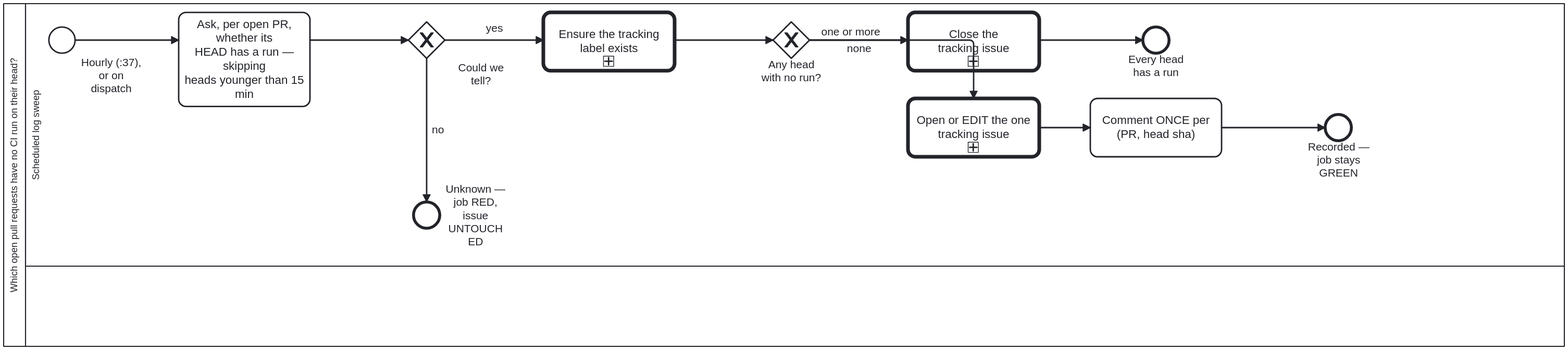
Above: docs/assets/img/workflows/pr-checks-present.svg in litlfred/cat-harness (BPMN), before the change. Its source is kept beside it as processes/sdlc/pr-checks-present.bpmn. Ids are renumbered. Its diagram source:
```xml
<bpmn:definitions xmlns:xsi="http://www.w3.org/2001/XMLSchema-instance" xmlns:bpmn="http://www.omg.org/spec/BPMN/20100524/MODEL"
                  xmlns:bpmndi="http://www.omg.org/spec/BPMN/20100524/DI"
                  xmlns:dc="http://www.omg.org/spec/DD/20100524/DC"
                  xmlns:di="http://www.omg.org/spec/DD/20100524/DI"
                  xmlns:bootstrap.processes="https://litlfred.github.io/bootstrap/v0/processes/ns#"
                  xmlns:cat-harness.processes="https://litlfred.github.io/cat-harness/v0/processes/ns#"
                  id="Definitions_Process_PrChecksPresent" targetNamespace="https://litlfred.github.io/folio-assistant/workflows"
                  exporter="folio-assistant" exporterVersion="1">
  <bpmn:import namespace="https://litlfred.github.io/bootstrap/v0/processes/ns#" location="https://litlfred.github.io/bootstrap/v0/processes/ns.jsonld" importType="http://www.w3.org/ns/json-ld"/>
  <bpmn:resource id="build-pipeline" name="Build pipeline"/>
  <bpmn:collaboration id="Collaboration_Process_PrChecksPresent">
    <bpmn:participant id="Participant_Process_PrChecksPresent" name="Which open pull requests have no CI run on their head?" processRef="Process_PrChecksPresent"/>
  </bpmn:collaboration>
  <bpmn:process id="Process_PrChecksPresent" name="Which open pull requests have no CI run on their head?" isExecutable="false">
    <bpmn:documentation>Find the open pull requests whose head has no CI run, past an age gate, and say so on one tracking issue and once per head on the pull request. A PULL REQUEST WITH ZERO CHECKS IS INVISIBLE PRECISELY BECAUSE NOBODY IS LOOKING. Bean `3pqn`. `check:head-has-run` answers this for one commit when somebody remembers to ask; this is the half that asks when nobody does, which is the only placement that addresses the defect rather than the symptom.

MEASURED 2026-09-20 over the six open pull requests here: TWO had no run of any kind on their head, both updated minutes earlier. A third of the open set, with nothing to merge on.

THE 15-MINUTE AGE GATE IS THE DIFFERENCE BETWEEN USEFUL AND IGNORED. A head pushed thirty seconds ago legitimately has no run yet, and a sweep that reports those is one nobody reads — this bean's own failure, reproduced by its fix. A younger head is NOT JUDGED rather than called clean, which is the third state again.

ONLY `unknown` FAILS THE JOB. A finding records itself and the workflow stays GREEN, the same inversion as `ci-health`: the repository speaks through the tracking issue, while a sweep that could not look turns red. And a sweep blind on one pull request has not cleared the others, so ONE unreadable answer makes the whole run unknown — never a partial clean.

TWO CHANNELS, ON THE OWNER'S INSTRUCTION, AND THEY BEHAVE DIFFERENTLY. The tracking issue is EDITED IN PLACE, never appended to. The per-PR comment is posted ONCE PER (PULL REQUEST, HEAD SHA), keyed by a marker in the body: hourly comments without that key would put twenty-four notifications a day on one unchanged pull request, which is how a warning gets muted.</bpmn:documentation>
    <bpmn:extensionElements>
      <!-- STRICT, and declared (bean `30hn`). The verdict gateway decides
           between three mutually exclusive paths and one of them exists to
           FAIL the job on could-not-determine. Advisory would permit reaching
           the clean path &#8212; which CLOSES the tracking issue &#8212;
           without the gateway that separates "every head has a run" from
           "nobody could look". -->
      <cat-harness.processes:policy enforcement="strict"/>
    </bpmn:extensionElements>
    <bpmn:laneSet id="LaneSet_Process_PrChecksPresent">
      <bpmn:lane id="Lane_Ci" name="Scheduled log sweep" partitionElementRef="build-pipeline">
        <bpmn:documentation>Three exit states, and the job's own colour tracks none of them the way a reader would expect: a finding is fully recorded — issue tracked, PR commented — and the job still ends GREEN, because the finding is the repository's problem to see in the tracking issue, not this lane's to fail on. Only UNKNOWN turns the job itself RED, and one unreadable PR is enough to fail the whole sweep — this lane never reports a partial clean.</bpmn:documentation>
        <bpmn:flowNodeRef>Start_Sweep</bpmn:flowNodeRef>
        <bpmn:flowNodeRef>Task_Sweep</bpmn:flowNodeRef>
        <bpmn:flowNodeRef>GW_Determined</bpmn:flowNodeRef>
        <bpmn:flowNodeRef>End_Unknown</bpmn:flowNodeRef>
        <bpmn:flowNodeRef>Task_Label</bpmn:flowNodeRef>
        <bpmn:flowNodeRef>GW_Finding</bpmn:flowNodeRef>
        <bpmn:flowNodeRef>Task_Close</bpmn:flowNodeRef>
        <bpmn:flowNodeRef>End_Clean</bpmn:flowNodeRef>
        <bpmn:flowNodeRef>Task_Track</bpmn:flowNodeRef>
        <bpmn:flowNodeRef>Task_Comment</bpmn:flowNodeRef>
        <bpmn:flowNodeRef>End_Recorded</bpmn:flowNodeRef>
      </bpmn:lane>
    </bpmn:laneSet>
    <bpmn:startEvent id="Start_Sweep" name="Hourly (:37),&#10;or on dispatch">
      <bpmn:outgoing>Flow_0</bpmn:outgoing>
    </bpmn:startEvent>
    <bpmn:task id="Task_Sweep" name="Ask, per open PR, whether its&#10;HEAD has a run — skipping&#10;heads younger than 15 min">
      <bpmn:documentation>Run check:prs-have-runs --min-age-minutes 15, writing the report file first. A head younger than 15 minutes legitimately has no run yet and is skipped. Exit 0 clean, 1 findings, 2 could not determine; an exit 1 with no report file is a crash and is treated as could-not-determine.</bpmn:documentation>
      <bpmn:extensionElements>
        <bootstrap.processes:skill ref="ci-health"/>
      </bpmn:extensionElements>
      <bpmn:incoming>Flow_0</bpmn:incoming>
      <bpmn:outgoing>Flow_1</bpmn:outgoing>
    </bpmn:task>
    <bpmn:exclusiveGateway id="GW_Determined" name="Could we&#10;tell?">
      <bpmn:documentation>Asked of the `verdict` output of the `Sweep` step in .github/workflows/pr-checks-present.yml, which runs `check:prs-have-runs --min-age-minutes 15`. Exit 0 is clean, 1 findings, 2 could not determine; an exit 1 with no report file is a crash and is reclassified as could-not-determine, as is any other code. `no` is verdict == 'unknown': 'Refuse to report success on an unchecked repository' runs `exit 1` and the tracking issue is left untouched. `yes` is verdict != 'unknown', the guard on ensuring the `pr-no-checks` label.</bpmn:documentation>
      <bpmn:incoming>Flow_1</bpmn:incoming>
      <bpmn:outgoing>Flow_2</bpmn:outgoing>
      <bpmn:outgoing>Flow_3</bpmn:outgoing>
    </bpmn:exclusiveGateway>
    <bpmn:endEvent id="End_Unknown" name="Unknown — job RED,&#10;issue UNTOUCHED">
      <bpmn:incoming>Flow_2</bpmn:incoming>
    </bpmn:endEvent>
    <bpmn:callActivity id="Task_Label" name="Ensure the tracking&#10;label exists" calledElement="GT_EnsureTrackingLabel">
      <bpmn:incoming>Flow_3</bpmn:incoming>
      <bpmn:outgoing>Flow_4</bpmn:outgoing>
      <bpmn:ioSpecification id="Task_Label_label_IO">
        <bpmn:dataInput id="Task_Label_label" name="label"/>
        <bpmn:inputSet id="Task_Label_label_In"><bpmn:dataInputRefs>Task_Label_label</bpmn:dataInputRefs></bpmn:inputSet>
        <bpmn:outputSet id="Task_Label_label_Out"/>
      </bpmn:ioSpecification>
      <bpmn:dataInputAssociation id="Task_Label_label_Value">
        <bpmn:targetRef>Task_Label_label</bpmn:targetRef>
        <bpmn:assignment id="Task_Label_label_Assign">
          <bpmn:from xsi:type="bpmn:tFormalExpression">pr-no-checks</bpmn:from>
          <bpmn:to xsi:type="bpmn:tFormalExpression">Task_Label_label</bpmn:to>
        </bpmn:assignment>
      </bpmn:dataInputAssociation>
    </bpmn:callActivity>
    <bpmn:exclusiveGateway id="GW_Finding" name="Any head&#10;with no run?">
      <bpmn:documentation>Asked of the same `verdict`. `none` is verdict == 'clean': every open PR's head older than 15 minutes has a run, and the tracking issue is closed. `one or more` is verdict == 'findings': the one tracking issue is opened or edited in place, and the workflow also comments once on each affected pull request.</bpmn:documentation>
      <bpmn:incoming>Flow_4</bpmn:incoming>
      <bpmn:outgoing>Flow_5</bpmn:outgoing>
      <bpmn:outgoing>Flow_7</bpmn:outgoing>
    </bpmn:exclusiveGateway>
    <bpmn:callActivity id="Task_Close" name="Close the&#10;tracking issue" calledElement="GT_CloseTrackingIssue">
      <bpmn:documentation>Clean here means every open pull request's head now has a CI run.</bpmn:documentation>
      <bpmn:incoming>Flow_5</bpmn:incoming>
      <bpmn:outgoing>Flow_6</bpmn:outgoing>
      <bpmn:ioSpecification id="Task_Close_label_IO">
        <bpmn:dataInput id="Task_Close_label" name="label"/>
        <bpmn:inputSet id="Task_Close_label_In"><bpmn:dataInputRefs>Task_Close_label</bpmn:dataInputRefs></bpmn:inputSet>
        <bpmn:outputSet id="Task_Close_label_Out"/>
      </bpmn:ioSpecification>
      <bpmn:dataInputAssociation id="Task_Close_label_Value">
        <bpmn:targetRef>Task_Close_label</bpmn:targetRef>
        <bpmn:assignment id="Task_Close_label_Assign">
          <bpmn:from xsi:type="bpmn:tFormalExpression">pr-no-checks</bpmn:from>
          <bpmn:to xsi:type="bpmn:tFormalExpression">Task_Close_label</bpmn:to>
        </bpmn:assignment>
      </bpmn:dataInputAssociation>
    </bpmn:callActivity>
    <bpmn:endEvent id="End_Clean" name="Every head has a run">
      <bpmn:incoming>Flow_6</bpmn:incoming>
    </bpmn:endEvent>
    <bpmn:callActivity id="Task_Track" name="Open or EDIT the one&#10;tracking issue" calledElement="GT_TrackIssue">
      <bpmn:documentation>The body is the sweep's report.</bpmn:documentation>
      <bpmn:incoming>Flow_7</bpmn:incoming>
      <bpmn:outgoing>Flow_8</bpmn:outgoing>
      <bpmn:ioSpecification id="Task_Track_label_IO">
        <bpmn:dataInput id="Task_Track_label" name="label"/>
        <bpmn:inputSet id="Task_Track_label_In"><bpmn:dataInputRefs>Task_Track_label</bpmn:dataInputRefs></bpmn:inputSet>
        <bpmn:outputSet id="Task_Track_label_Out"/>
      </bpmn:ioSpecification>
      <bpmn:dataInputAssociation id="Task_Track_label_Value">
        <bpmn:targetRef>Task_Track_label</bpmn:targetRef>
        <bpmn:assignment id="Task_Track_label_Assign">
          <bpmn:from xsi:type="bpmn:tFormalExpression">pr-no-checks</bpmn:from>
          <bpmn:to xsi:type="bpmn:tFormalExpression">Task_Track_label</bpmn:to>
        </bpmn:assignment>
      </bpmn:dataInputAssociation>
    </bpmn:callActivity>
    <bpmn:task id="Task_Comment" name="Comment ONCE per&#10;(PR, head sha)">
      <bpmn:documentation>Comment on each affected open PR once per (PR, head sha): a hidden marker carrying the sha is checked first, so a re-run on the same head stays silent and a new push can be reported again. A PR that is no longer open is skipped.</bpmn:documentation>
      <bpmn:extensionElements>
        <bootstrap.processes:skill ref="issue-working"/>
      </bpmn:extensionElements>
      <bpmn:incoming>Flow_8</bpmn:incoming>
      <bpmn:outgoing>Flow_9</bpmn:outgoing>
    </bpmn:task>
    <bpmn:endEvent id="End_Recorded" name="Recorded —&#10;job stays GREEN">
      <bpmn:incoming>Flow_9</bpmn:incoming>
    </bpmn:endEvent>
    <bpmn:sequenceFlow id="Flow_0" sourceRef="Start_Sweep" targetRef="Task_Sweep"/>
    <bpmn:sequenceFlow id="Flow_1" sourceRef="Task_Sweep" targetRef="GW_Determined"/>
    <bpmn:sequenceFlow id="Flow_2" sourceRef="GW_Determined" targetRef="End_Unknown" name="no"/>
    <bpmn:sequenceFlow id="Flow_3" sourceRef="GW_Determined" targetRef="Task_Label" name="yes"/>
    <bpmn:sequenceFlow id="Flow_4" sourceRef="Task_Label" targetRef="GW_Finding"/>
    <bpmn:sequenceFlow id="Flow_5" sourceRef="GW_Finding" targetRef="Task_Close" name="none"/>
    <bpmn:sequenceFlow id="Flow_6" sourceRef="Task_Close" targetRef="End_Clean"/>
    <bpmn:sequenceFlow id="Flow_7" sourceRef="GW_Finding" targetRef="Task_Track" name="one or more"/>
    <bpmn:sequenceFlow id="Flow_8" sourceRef="Task_Track" targetRef="Task_Comment"/>
    <bpmn:sequenceFlow id="Flow_9" sourceRef="Task_Comment" targetRef="End_Recorded"/>
  </bpmn:process>
  <bpmndi:BPMNDiagram id="Diagram_Process_PrChecksPresent">
    <bpmndi:BPMNPlane id="Plane_Process_PrChecksPresent" bpmnElement="Collaboration_Process_PrChecksPresent">
      <bpmndi:BPMNShape id="Shape_Participant_Process_PrChecksPresent" bpmnElement="Participant_Process_PrChecksPresent" isHorizontal="true">
        <dc:Bounds x="60" y="60" width="2140" height="470" />
      </bpmndi:BPMNShape>
      <bpmndi:BPMNShape id="Shape_Lane_Ci" bpmnElement="Lane_Ci" isHorizontal="true">
        <dc:Bounds x="90" y="60" width="2110" height="360" />
      </bpmndi:BPMNShape>
      <bpmndi:BPMNShape id="Shape_Start_Sweep" bpmnElement="Start_Sweep">
        <dc:Bounds x="122" y="92" width="36" height="36" />
        <bpmndi:BPMNLabel><dc:Bounds x="162" y="132" width="90" height="54" /></bpmndi:BPMNLabel>
      </bpmndi:BPMNShape>
      <bpmndi:BPMNShape id="Shape_Task_Sweep" bpmnElement="Task_Sweep">
        <dc:Bounds x="300" y="72" width="180" height="129" />
      </bpmndi:BPMNShape>
      <bpmndi:BPMNShape id="Shape_GW_Determined" bpmnElement="GW_Determined" isMarkerVisible="true">
        <dc:Bounds x="615" y="85" width="50" height="50" />
        <bpmndi:BPMNLabel><dc:Bounds x="669" y="139" width="90" height="35" /></bpmndi:BPMNLabel>
      </bpmndi:BPMNShape>
      <bpmndi:BPMNShape id="Shape_End_Unknown" bpmnElement="End_Unknown">
        <dc:Bounds x="622" y="332" width="36" height="36" />
        <bpmndi:BPMNLabel><dc:Bounds x="662" y="305.5" width="90" height="89" /></bpmndi:BPMNLabel>
      </bpmndi:BPMNShape>
      <bpmndi:BPMNShape id="Shape_Task_Label" bpmnElement="Task_Label">
        <dc:Bounds x="800" y="72" width="180" height="80" />
      </bpmndi:BPMNShape>
      <bpmndi:BPMNShape id="Shape_GW_Finding" bpmnElement="GW_Finding" isMarkerVisible="true">
        <dc:Bounds x="1115" y="85" width="50" height="50" />
      </bpmndi:BPMNShape>
      <bpmndi:BPMNShape id="Shape_Task_Close" bpmnElement="Task_Close">
        <dc:Bounds x="1300" y="72" width="180" height="80" />
      </bpmndi:BPMNShape>
      <bpmndi:BPMNShape id="Shape_End_Clean" bpmnElement="End_Clean">
        <dc:Bounds x="1622" y="92" width="36" height="36" />
      </bpmndi:BPMNShape>
      <bpmndi:BPMNShape id="Shape_Task_Track" bpmnElement="Task_Track">
        <dc:Bounds x="1300" y="190" width="180" height="80" />
      </bpmndi:BPMNShape>
      <bpmndi:BPMNShape id="Shape_Task_Comment" bpmnElement="Task_Comment">
        <dc:Bounds x="1550" y="190" width="180" height="80" />
      </bpmndi:BPMNShape>
      <bpmndi:BPMNShape id="Shape_End_Recorded" bpmnElement="End_Recorded">
        <dc:Bounds x="1872" y="212" width="36" height="36" />
      </bpmndi:BPMNShape>
      <bpmndi:BPMNEdge id="Edge_Flow_0" bpmnElement="Flow_0">
        <di:waypoint x="158" y="110" />
        <di:waypoint x="300" y="110" />
      </bpmndi:BPMNEdge>
      <bpmndi:BPMNEdge id="Edge_Flow_1" bpmnElement="Flow_1">
        <di:waypoint x="480" y="110" />
        <di:waypoint x="615" y="110" />
      </bpmndi:BPMNEdge>
      <bpmndi:BPMNEdge id="Edge_Flow_2" bpmnElement="Flow_2">
        <di:waypoint x="640" y="135"/>
        <di:waypoint x="640" y="332"/>
      </bpmndi:BPMNEdge>
      <bpmndi:BPMNEdge id="Edge_Flow_3" bpmnElement="Flow_3">
        <di:waypoint x="665" y="110" />
        <di:waypoint x="800" y="110" />
      </bpmndi:BPMNEdge>
      <bpmndi:BPMNEdge id="Edge_Flow_4" bpmnElement="Flow_4">
        <di:waypoint x="980" y="110" />
        <di:waypoint x="1115" y="110" />
      </bpmndi:BPMNEdge>
      <bpmndi:BPMNEdge id="Edge_Flow_5" bpmnElement="Flow_5">
        <di:waypoint x="1165" y="110" />
        <di:waypoint x="1300" y="110" />
        <bpmndi:BPMNLabel><dc:Bounds x="1187.5" y="113" width="90" height="17" /></bpmndi:BPMNLabel>
      </bpmndi:BPMNEdge>
      <bpmndi:BPMNEdge id="Edge_Flow_6" bpmnElement="Flow_6">
        <di:waypoint x="1480" y="110" />
        <di:waypoint x="1622" y="110" />
      </bpmndi:BPMNEdge>
      <bpmndi:BPMNEdge id="Edge_Flow_7" bpmnElement="Flow_7">
        <di:waypoint x="1165" y="110"/>
        <di:waypoint x="1390" y="110"/>
        <di:waypoint x="1390" y="190"/>
        <bpmndi:BPMNLabel><dc:Bounds x="1176.25" y="90" width="90" height="17" /></bpmndi:BPMNLabel>
      </bpmndi:BPMNEdge>
      <bpmndi:BPMNEdge id="Edge_Flow_8" bpmnElement="Flow_8">
        <di:waypoint x="1480" y="230"/>
        <di:waypoint x="1550" y="230"/>
      </bpmndi:BPMNEdge>
      <bpmndi:BPMNEdge id="Edge_Flow_9" bpmnElement="Flow_9">
        <di:waypoint x="1730" y="230"/>
        <di:waypoint x="1872" y="230"/>
      </bpmndi:BPMNEdge>
    </bpmndi:BPMNPlane>
  </bpmndi:BPMNDiagram>
</bpmn:definitions>
```
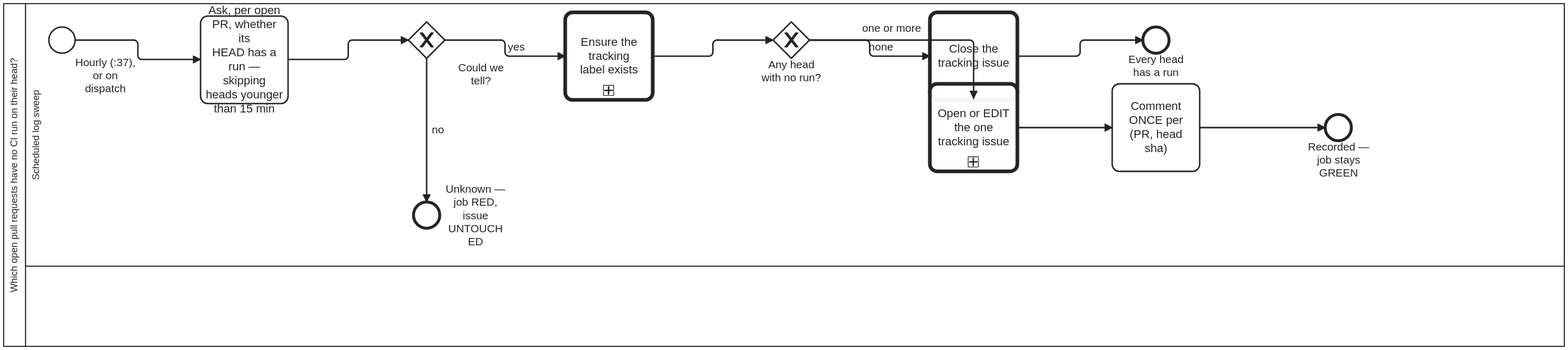
The same diagram one commit later.

What changed in the source:
```diff
@@ -157,46 +157,50 @@
       </bpmndi:BPMNShape>
       <bpmndi:BPMNShape id="Shape_Start_Sweep" bpmnElement="Start_Sweep">
         <dc:Bounds x="122" y="92" width="36" height="36" />
-        <bpmndi:BPMNLabel><dc:Bounds x="162" y="132" width="90" height="54" /></bpmndi:BPMNLabel>
-      </bpmndi:BPMNShape>
+
+      <bpmndi:BPMNLabel><dc:Bounds x="154.5" y="131.5" width="90" height="54" /></bpmndi:BPMNLabel></bpmndi:BPMNShape>
       <bpmndi:BPMNShape id="Shape_Task_Sweep" bpmnElement="Task_Sweep">
-        <dc:Bounds x="300" y="72" width="180" height="129" />
+        <dc:Bounds x="330" y="76.5" width="120" height="120" />
       </bpmndi:BPMNShape>
       <bpmndi:BPMNShape id="Shape_GW_Determined" bpmnElement="GW_Determined" isMarkerVisible="true">
         <dc:Bounds x="615" y="85" width="50" height="50" />
-        <bpmndi:BPMNLabel><dc:Bounds x="669" y="139" width="90" height="35" /></bpmndi:BPMNLabel>
-      </bpmndi:BPMNShape>
+
+      <bpmndi:BPMNLabel><dc:Bounds x="669" y="139" width="90" height="35" /></bpmndi:BPMNLabel></bpmndi:BPMNShape>
       <bpmndi:BPMNShape id="Shape_End_Unknown" bpmnElement="End_Unknown">
         <dc:Bounds x="622" y="332" width="36" height="36" />
-        <bpmndi:BPMNLabel><dc:Bounds x="662" y="305.5" width="90" height="89" /></bpmndi:BPMNLabel>
-      </bpmndi:BPMNShape>
+
+      <bpmndi:BPMNLabel><dc:Bounds x="662" y="305.5" width="90" height="89" /></bpmndi:BPMNLabel></bpmndi:BPMNShape>
       <bpmndi:BPMNShape id="Shape_Task_Label" bpmnElement="Task_Label">
-        <dc:Bounds x="800" y="72" width="180" height="80" />
+        <dc:Bounds x="830" y="72" width="120" height="120" />
       </bpmndi:BPMNShape>
       <bpmndi:BPMNShape id="Shape_GW_Finding" bpmnElement="GW_Finding" isMarkerVisible="true">
         <dc:Bounds x="1115" y="85" width="50" height="50" />
       </bpmndi:BPMNShape>
       <bpmndi:BPMNShape id="Shape_Task_Close" bpmnElement="Task_Close">
-        <dc:Bounds x="1300" y="72" width="180" height="80" />
+        <dc:Bounds x="1330" y="72" width="120" height="120" />
       </bpmndi:BPMNShape>
       <bpmndi:BPMNShape id="Shape_End_Clean" bpmnElement="End_Clean">
         <dc:Bounds x="1622" y="92" width="36" height="36" />
       </bpmndi:BPMNShape>
       <bpmndi:BPMNShape id="Shape_Task_Track" bpmnElement="Task_Track">
-        <dc:Bounds x="1300" y="190" width="180" height="80" />
+        <dc:Bounds x="1330" y="170" width="120" height="120" />
       </bpmndi:BPMNShape>
       <bpmndi:BPMNShape id="Shape_Task_Comment" bpmnElement="Task_Comment">
-        <dc:Bounds x="1550" y="190" width="180" height="80" />
+        <dc:Bounds x="1580" y="170" width="120" height="120" />
       </bpmndi:BPMNShape>
       <bpmndi:BPMNShape id="Shape_End_Recorded" bpmnElement="End_Recorded">
         <dc:Bounds x="1872" y="212" width="36" height="36" />
       </bpmndi:BPMNShape>
       <bpmndi:BPMNEdge id="Edge_Flow_0" bpmnElement="Flow_0">
         <di:waypoint x="158" y="110" />
-        <di:waypoint x="300" y="110" />
+        <di:waypoint x="244" y="110" />
+        <di:waypoint x="244" y="136.5" />
+        <di:waypoint x="330" y="136.5" />
       </bpmndi:BPMNEdge>
       <bpmndi:BPMNEdge id="Edge_Flow_1" bpmnElement="Flow_1">
-        <di:waypoint x="480" y="110" />
+        <di:waypoint x="450" y="136.5" />
+        <di:waypoint x="532.5" y="136.5" />
+        <di:waypoint x="532.5" y="110" />
         <di:waypoint x="615" y="110" />
       </bpmndi:BPMNEdge>
       <bpmndi:BPMNEdge id="Edge_Flow_2" bpmnElement="Flow_2">
@@ -205,34 +209,40 @@
       </bpmndi:BPMNEdge>
       <bpmndi:BPMNEdge id="Edge_Flow_3" bpmnElement="Flow_3">
         <di:waypoint x="665" y="110" />
-        <di:waypoint x="800" y="110" />
+        <di:waypoint x="747.5" y="110" />
+        <di:waypoint x="747.5" y="132" />
+        <di:waypoint x="830" y="132" />
       </bpmndi:BPMNEdge>
       <bpmndi:BPMNEdge id="Edge_Flow_4" bpmnElement="Flow_4">
-        <di:waypoint x="980" y="110" />
+        <di:waypoint x="950" y="132" />
+        <di:waypoint x="1032.5" y="132" />
+        <di:waypoint x="1032.5" y="110" />
         <di:waypoint x="1115" y="110" />
       </bpmndi:BPMNEdge>
       <bpmndi:BPMNEdge id="Edge_Flow_5" bpmnElement="Flow_5">
         <di:waypoint x="1165" y="110" />
-        <di:waypoint x="1300" y="110" />
-        <bpmndi:BPMNLabel><dc:Bounds x="1187.5" y="113" width="90" height="17" /></bpmndi:BPMNLabel>
+        <di:waypoint x="1247.5" y="110" />
+        <di:waypoint x="1247.5" y="132" />
+        <di:waypoint x="1330" y="132" />
       </bpmndi:BPMNEdge>
       <bpmndi:BPMNEdge id="Edge_Flow_6" bpmnElement="Flow_6">
-        <di:waypoint x="1480" y="110" />
+        <di:waypoint x="1450" y="132" />
+        <di:waypoint x="1536" y="132" />
+        <di:waypoint x="1536" y="110" />
         <di:waypoint x="1622" y="110" />
       </bpmndi:BPMNEdge>
       <bpmndi:BPMNEdge id="Edge_Flow_7" bpmnElement="Flow_7">
-        <di:waypoint x="1165" y="110"/>
-        <di:waypoint x="1390" y="110"/>
-        <di:waypoint x="1390" y="190"/>
-        <bpmndi:BPMNLabel><dc:Bounds x="1176.25" y="90" width="90" height="17" /></bpmndi:BPMNLabel>
+        <di:waypoint x="1165" y="110" />
+        <di:waypoint x="1390" y="110" />
+        <di:waypoint x="1390" y="190" />
       </bpmndi:BPMNEdge>
       <bpmndi:BPMNEdge id="Edge_Flow_8" bpmnElement="Flow_8">
-        <di:waypoint x="1480" y="230"/>
-        <di:waypoint x="1550" y="230"/>
+        <di:waypoint x="1450" y="230" />
+        <di:waypoint x="1580" y="230" />
       </bpmndi:BPMNEdge>
       <bpmndi:BPMNEdge id="Edge_Flow_9" bpmnElement="Flow_9">
-        <di:waypoint x="1730" y="230"/>
-        <di:waypoint x="1872" y="230"/>
+        <di:waypoint x="1700" y="230" />
+        <di:waypoint x="1872" y="230" />
       </bpmndi:BPMNEdge>
     </bpmndi:BPMNPlane>
   </bpmndi:BPMNDiagram>
```
